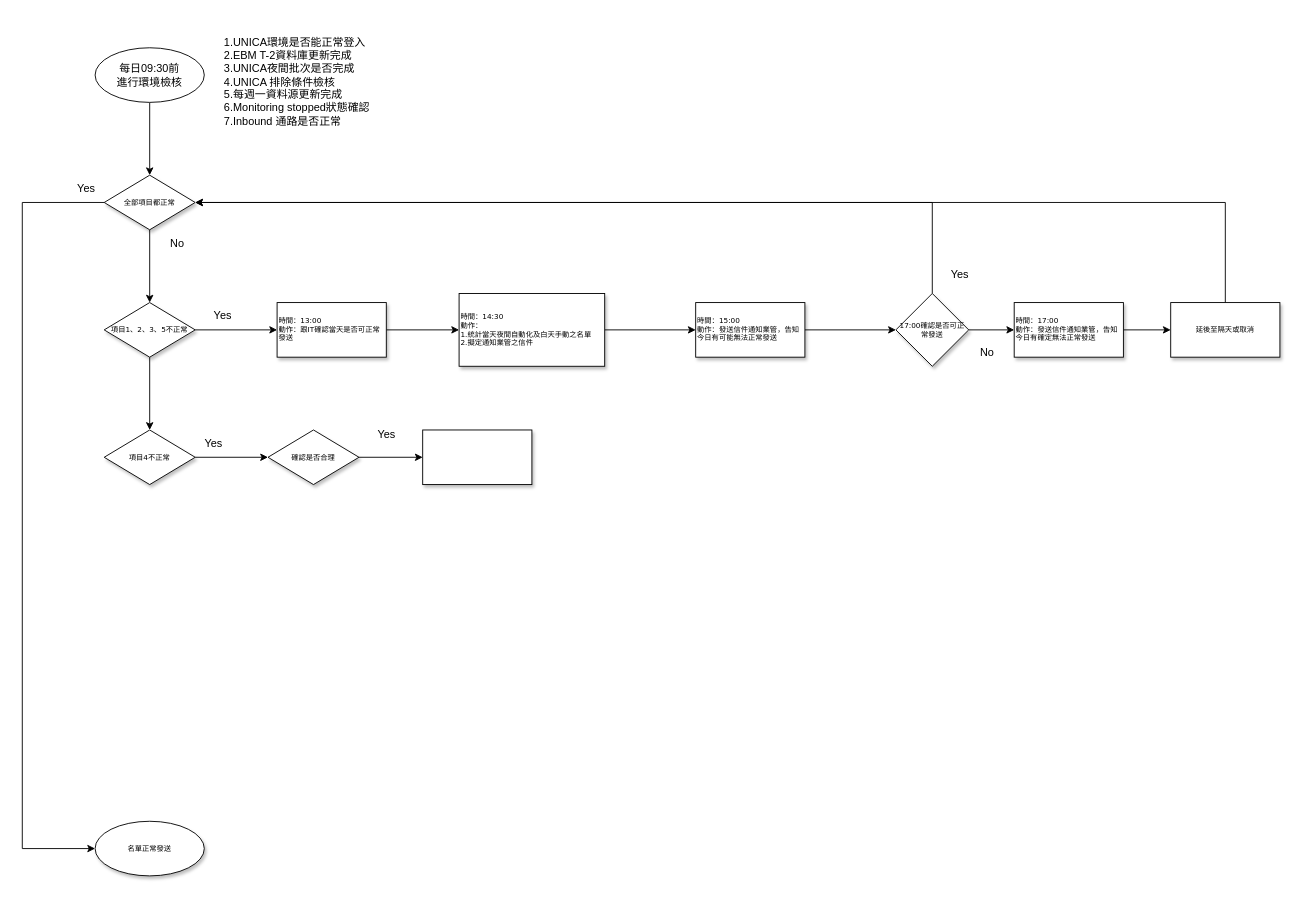
colin03564/drawio keeps this draw.io diagram as 未命名圖表.drawio. Above is the earlier version. Source tidied: cells renumbered, new cells numbered last; positions are measured from the earlier drawing's top-left corner, leaving out a move shared by most shapes. Both pictures are drawn from the tidied source at 91%, with x=0, y=0 at pixel (22, 15).
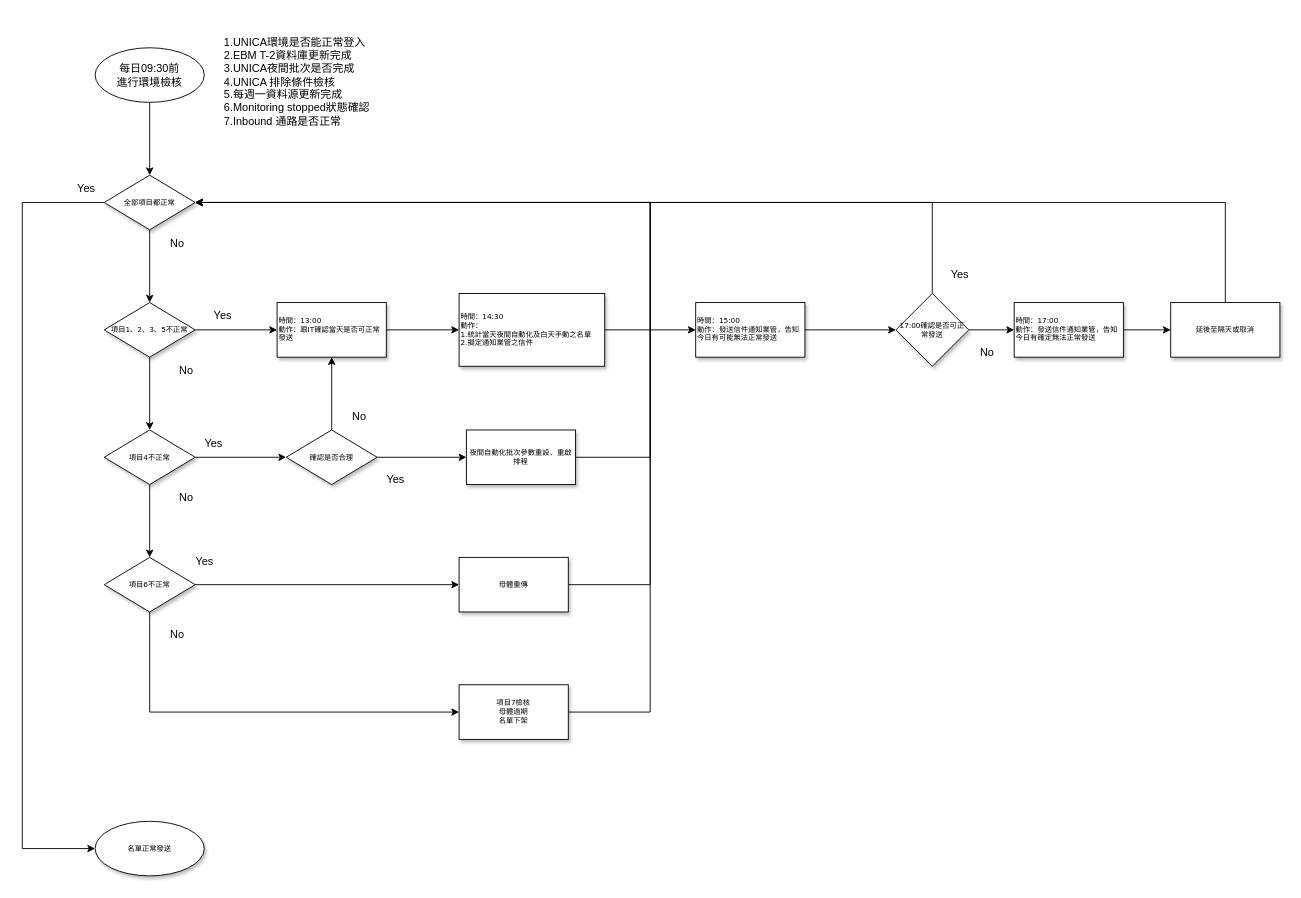
The same diagram, later.

Commit message:
更新未命名圖表.drawio

Unchanged cells that the change refers to:
```xml
<mxCell id="4" value="全部項目都正常" style="rhombus;whiteSpace=wrap;html=1;rounded=0;shadow=1;labelBackgroundColor=none;strokeWidth=1;fontFamily=Verdana;fontSize=8;align=center;" parent="1" vertex="1">
  <mxGeometry x="90" y="175" width="100" height="60" as="geometry" />
</mxCell>
<mxCell id="12" value="&lt;div&gt;&lt;span style=&quot;font-size: 8px;&quot;&gt;時間：13:00&lt;/span&gt;&lt;/div&gt;&lt;div&gt;&lt;span style=&quot;font-size: 8px;&quot;&gt;動作：跟IT確認當天是否可正常發送&lt;/span&gt;&lt;/div&gt;" style="whiteSpace=wrap;html=1;fontSize=8;fontFamily=Verdana;rounded=0;shadow=1;labelBackgroundColor=none;strokeWidth=1;align=left;" parent="1" vertex="1">
  <mxGeometry x="280" y="315" width="120" height="60" as="geometry" />
</mxCell>
<mxCell id="15" value="項目4不正常" style="rhombus;whiteSpace=wrap;html=1;rounded=0;shadow=1;labelBackgroundColor=none;strokeWidth=1;fontFamily=Verdana;fontSize=8;align=center;" parent="1" vertex="1">
  <mxGeometry x="90" y="455" width="100" height="60" as="geometry" />
</mxCell>
```

Diff of the diagram source:
```diff
@@
+    <mxCell id="37" style="edgeStyle=orthogonalEdgeStyle;rounded=0;jettySize=auto;html=1;fontSize=12;" parent="1" edge="1" source="15" target="44">
+      <mxGeometry relative="1" as="geometry" />
+    </mxCell>
@@
+    <mxCell id="38" style="edgeStyle=orthogonalEdgeStyle;rounded=0;jettySize=auto;html=1;exitX=0.5;exitY=0;exitDx=0;exitDy=0;entryX=0.5;entryY=1;entryDx=0;entryDy=0;fontSize=12;" parent="1" edge="1" source="17" target="12">
+      <mxGeometry relative="1" as="geometry" />
+    </mxCell>
     <mxCell id="17" value="確認是否合理" style="rhombus;whiteSpace=wrap;html=1;rounded=0;shadow=1;labelBackgroundColor=none;strokeWidth=1;fontFamily=Verdana;fontSize=8;align=center;" parent="1" vertex="1">
-      <mxGeometry x="270" y="455" width="100" height="60" as="geometry" />
+      <mxGeometry x="290" y="455" width="100" height="60" as="geometry" />
     </mxCell>
@@
+    <mxCell id="39" style="edgeStyle=orthogonalEdgeStyle;rounded=0;jettySize=auto;html=1;entryX=1;entryY=0.5;entryDx=0;entryDy=0;fontSize=12;" parent="1" edge="1" source="19" target="4">
+      <mxGeometry relative="1" as="geometry">
+        <Array as="points">
+          <mxPoint x="690" y="485" />
+          <mxPoint x="690" y="205" />
+        </Array>
+      </mxGeometry>
+    </mxCell>
-    <mxCell id="19" style="whiteSpace=wrap;html=1;fontSize=8;fontFamily=Verdana;rounded=0;shadow=1;labelBackgroundColor=none;strokeWidth=1;" parent="1" vertex="1">
-      <mxGeometry x="440" y="455" width="120" height="60" as="geometry" />
+    <mxCell id="19" value="夜間自動化批次參數重設、重啟排程" style="whiteSpace=wrap;html=1;fontSize=8;fontFamily=Verdana;rounded=0;shadow=1;labelBackgroundColor=none;strokeWidth=1;" parent="1" vertex="1">
+      <mxGeometry x="488" y="455" width="120" height="60" as="geometry" />
     </mxCell>
     <mxCell id="20" value="Yes" style="text;html=1;align=center;verticalAlign=middle;fillColor=none;strokeColor=none;rounded=0;fontSize=12;" parent="1" vertex="1">
-      <mxGeometry x="380" y="445" width="40" height="30" as="geometry" />
+      <mxGeometry x="390" y="495" width="40" height="30" as="geometry" />
     </mxCell>
@@
+    <mxCell id="40" value="No" style="text;html=1;align=center;verticalAlign=middle;fillColor=none;strokeColor=none;rounded=0;fontSize=12;" parent="1" vertex="1">
+      <mxGeometry x="350" y="425" width="40" height="30" as="geometry" />
+    </mxCell>
+    <mxCell id="41" value="No" style="text;html=1;align=center;verticalAlign=middle;fillColor=none;strokeColor=none;rounded=0;fontSize=12;" parent="1" vertex="1">
+      <mxGeometry x="160" y="375" width="40" height="30" as="geometry" />
+    </mxCell>
+    <mxCell id="42" style="edgeStyle=orthogonalEdgeStyle;rounded=0;jettySize=auto;html=1;fontSize=12;entryX=0;entryY=0.5;entryDx=0;entryDy=0;" parent="1" edge="1" source="44" target="48">
+      <mxGeometry relative="1" as="geometry" />
+    </mxCell>
+    <mxCell id="43" style="edgeStyle=orthogonalEdgeStyle;rounded=0;jettySize=auto;html=1;entryX=0;entryY=0.5;entryDx=0;entryDy=0;fontSize=12;" parent="1" edge="1" source="44" target="50">
+      <mxGeometry relative="1" as="geometry">
+        <Array as="points">
+          <mxPoint x="140" y="765" />
+        </Array>
+      </mxGeometry>
+    </mxCell>
+    <mxCell id="44" value="項目6不正常" style="rhombus;whiteSpace=wrap;html=1;rounded=0;shadow=1;labelBackgroundColor=none;strokeWidth=1;fontFamily=Verdana;fontSize=8;align=center;" parent="1" vertex="1">
+      <mxGeometry x="90" y="595" width="100" height="60" as="geometry" />
+    </mxCell>
+    <mxCell id="45" value="No" style="text;html=1;align=center;verticalAlign=middle;fillColor=none;strokeColor=none;rounded=0;fontSize=12;" parent="1" vertex="1">
+      <mxGeometry x="160" y="515" width="40" height="30" as="geometry" />
+    </mxCell>
+    <mxCell id="46" value="Yes" style="text;html=1;align=center;verticalAlign=middle;fillColor=none;strokeColor=none;rounded=0;fontSize=12;" parent="1" vertex="1">
+      <mxGeometry x="180" y="585" width="40" height="30" as="geometry" />
+    </mxCell>
+    <mxCell id="47" style="edgeStyle=orthogonalEdgeStyle;rounded=0;jettySize=auto;html=1;exitX=1;exitY=0.5;exitDx=0;exitDy=0;entryX=1;entryY=0.5;entryDx=0;entryDy=0;fontSize=12;" parent="1" edge="1" source="48" target="4">
+      <mxGeometry relative="1" as="geometry">
+        <Array as="points">
+          <mxPoint x="690" y="625" />
+          <mxPoint x="690" y="205" />
+        </Array>
+      </mxGeometry>
+    </mxCell>
+    <mxCell id="48" value="母體重傳" style="whiteSpace=wrap;html=1;fontSize=8;fontFamily=Verdana;rounded=0;shadow=1;labelBackgroundColor=none;strokeWidth=1;" parent="1" vertex="1">
+      <mxGeometry x="480" y="595" width="120" height="60" as="geometry" />
+    </mxCell>
+    <mxCell id="49" style="edgeStyle=orthogonalEdgeStyle;rounded=0;jettySize=auto;html=1;exitX=1;exitY=0.5;exitDx=0;exitDy=0;fontSize=12;" parent="1" edge="1" source="50">
+      <mxGeometry relative="1" as="geometry">
+        <mxPoint x="190" y="205" as="targetPoint" />
+        <Array as="points">
+          <mxPoint x="690" y="765" />
+          <mxPoint x="690" y="205" />
+        </Array>
+      </mxGeometry>
+    </mxCell>
+    <mxCell id="50" value="項目7檢核&lt;br&gt;母體過期&lt;br&gt;名單下架" style="whiteSpace=wrap;html=1;fontSize=8;fontFamily=Verdana;rounded=0;shadow=1;labelBackgroundColor=none;strokeWidth=1;" parent="1" vertex="1">
+      <mxGeometry x="480" y="735" width="120" height="60" as="geometry" />
+    </mxCell>
+    <mxCell id="51" value="No" style="text;html=1;align=center;verticalAlign=middle;fillColor=none;strokeColor=none;rounded=0;fontSize=12;" parent="1" vertex="1">
+      <mxGeometry x="150" y="665" width="40" height="30" as="geometry" />
+    </mxCell>
```
